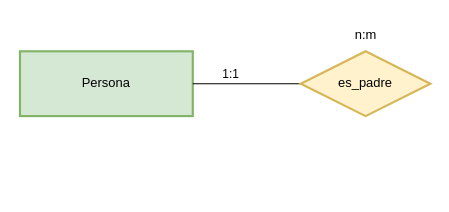
This is page "Ej5" (5 of 5) of Tareas/Tarea2/Ejercicio1.drawio from JuanManuelMM/Base-Datos, a draw.io file, before an edit. Source tidied: cells renumbered, new cells numbered last; positions are measured from the earlier drawing's top-left corner, leaving out a move shared by most shapes. Both pictures are drawn from the tidied source at 108%, with x=0, y=0 at pixel (19, 18).
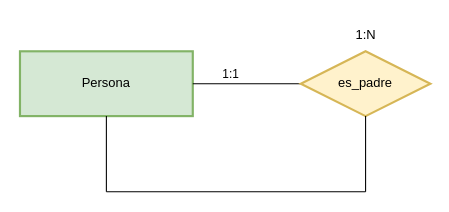
The same page after the edit.

What changed in the source:
```diff
@@
 <mxGraphModel>
   <root>
     <mxCell id="0" />
     <mxCell id="1" parent="0" />
     <mxCell id="2" value="Persona" style="rounded=0;whiteSpace=wrap;html=1;fillColor=#d5e8d4;strokeColor=#82b366;strokeWidth=2;" parent="1" vertex="1">
       <mxGeometry y="30" width="160" height="60" as="geometry" />
     </mxCell>
     <mxCell id="3" style="endArrow=none;html=1;rounded=0;exitX=1;exitY=0.5;exitDx=0;exitDy=0;entryX=0;entryY=0.5;entryDx=0;entryDy=0;" parent="1" edge="1" source="2" target="5">
       <mxGeometry relative="1" as="geometry" />
     </mxCell>
     <mxCell id="4" value="1:1" style="edgeLabel;html=1;align=center;verticalAlign=middle;" parent="3" vertex="1">
       <mxGeometry x="-0.33" y="-1" relative="1" as="geometry">
         <mxPoint y="-11" as="offset" />
       </mxGeometry>
     </mxCell>
     <mxCell id="5" value="es_padre" style="shape=rhombus;perimeter=rhombusPerimeter;whiteSpace=wrap;html=1;align=center;strokeWidth=2;fillColor=#fff2cc;strokeColor=#d6b656;" parent="1" vertex="1">
       <mxGeometry x="260" y="30" width="120" height="60" as="geometry" />
     </mxCell>
-    <mxCell id="6" value="n:m" style="text;html=1;align=center;verticalAlign=middle;strokeColor=none;fillColor=none;" parent="1" vertex="1">
+    <mxCell id="6" value="1:N" style="text;html=1;align=center;verticalAlign=middle;strokeColor=none;fillColor=none;" parent="1" vertex="1">
       <mxGeometry x="300" width="40" height="30" as="geometry" />
     </mxCell>
+    <mxCell id="7" style="endArrow=none;html=1;rounded=0;exitX=0.5;exitY=1;exitDx=0;exitDy=0;" parent="1" edge="1" source="2">
+      <mxGeometry relative="1" as="geometry">
+        <mxPoint x="80" y="160" as="targetPoint" />
+      </mxGeometry>
+    </mxCell>
+    <mxCell id="8" style="endArrow=none;html=1;rounded=0;entryX=0.5;entryY=1;entryDx=0;entryDy=0;" parent="1" edge="1" target="5">
+      <mxGeometry relative="1" as="geometry">
+        <mxPoint x="320" y="160" as="sourcePoint" />
+      </mxGeometry>
+    </mxCell>
+    <mxCell id="9" style="endArrow=none;html=1;rounded=0;" parent="1" edge="1">
+      <mxGeometry relative="1" as="geometry">
+        <mxPoint x="80" y="160" as="sourcePoint" />
+        <mxPoint x="320" y="160" as="targetPoint" />
+      </mxGeometry>
+    </mxCell>
   </root>
 </mxGraphModel>
```
